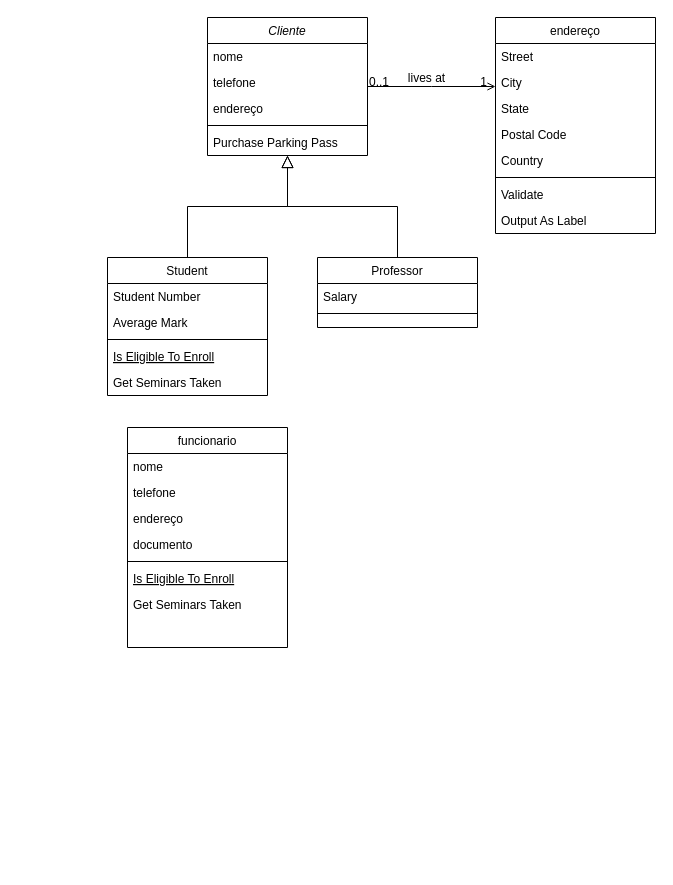
Earlier version of the draw.io diagram Diagrama sem nome.drawio (FelipeSoares01/JAVA-PROJETOS). Source tidied: cells renumbered, new cells numbered last; positions are measured from the earlier drawing's top-left corner, leaving out a move shared by most shapes. Both pictures are drawn from the tidied source at 100%, with x=0, y=0 at pixel (107, 17).
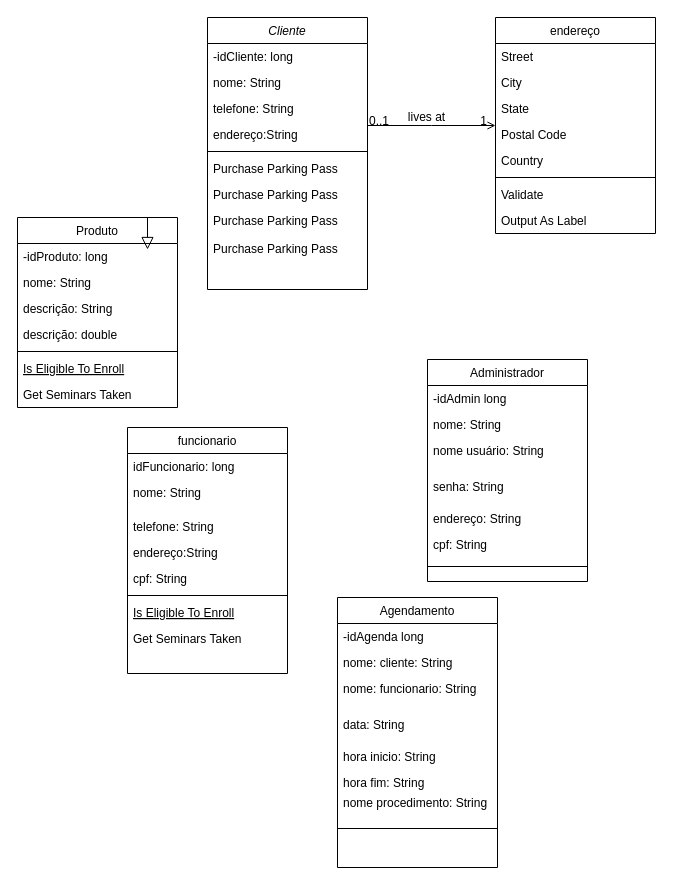
The same page after the edit.

Diff of the diagram source:
```diff
@@
     <mxCell id="2" value="Cliente" style="swimlane;fontStyle=2;align=center;verticalAlign=top;horizontal=1;startSize=26;rounded=0;shadow=0;strokeWidth=1;" parent="1" vertex="1">
-      <mxGeometry x="100" width="160" height="138" as="geometry" />
+      <mxGeometry x="100" width="160" height="272" as="geometry" />
     </mxCell>
-    <mxCell id="3" value="nome" style="text;align=left;verticalAlign=top;spacingLeft=4;spacingRight=4;overflow=hidden;" parent="2" vertex="1">
+    <mxCell id="3" value="-idCliente: long" style="text;align=left;verticalAlign=top;spacingLeft=4;spacingRight=4;overflow=hidden;" parent="2" vertex="1">
       <mxGeometry y="26" width="160" height="26" as="geometry" />
     </mxCell>
+    <mxCell id="40" value="nome: String" style="text;align=left;verticalAlign=top;spacingLeft=4;spacingRight=4;overflow=hidden;" parent="2" vertex="1">
+      <mxGeometry y="52" width="160" height="26" as="geometry" />
+    </mxCell>
-    <mxCell id="4" value="telefone" style="text;align=left;verticalAlign=top;spacingLeft=4;spacingRight=4;overflow=hidden;rounded=0;shadow=0;html=0;" parent="2" vertex="1">
-      <mxGeometry y="52" width="160" height="26" as="geometry" />
+    <mxCell id="4" value="telefone: String" style="text;align=left;verticalAlign=top;spacingLeft=4;spacingRight=4;overflow=hidden;rounded=0;shadow=0;html=0;" parent="2" vertex="1">
+      <mxGeometry y="78" width="160" height="26" as="geometry" />
     </mxCell>
-    <mxCell id="5" value="endereço" style="text;align=left;verticalAlign=top;spacingLeft=4;spacingRight=4;overflow=hidden;rounded=0;shadow=0;html=0;" parent="2" vertex="1">
-      <mxGeometry y="78" width="160" height="26" as="geometry" />
+    <mxCell id="5" value="endereço:String" style="text;align=left;verticalAlign=top;spacingLeft=4;spacingRight=4;overflow=hidden;rounded=0;shadow=0;html=0;" parent="2" vertex="1">
+      <mxGeometry y="104" width="160" height="26" as="geometry" />
     </mxCell>
     <mxCell id="6" style="line;html=1;strokeWidth=1;align=left;verticalAlign=middle;spacingTop=-1;spacingLeft=3;spacingRight=3;labelPosition=right;" parent="2" vertex="1">
-      <mxGeometry y="104" width="160" height="8" as="geometry" />
+      <mxGeometry y="130" width="160" height="8" as="geometry" />
     </mxCell>
     <mxCell id="7" value="Purchase Parking Pass" style="text;align=left;verticalAlign=top;spacingLeft=4;spacingRight=4;overflow=hidden;" parent="2" vertex="1">
-      <mxGeometry y="112" width="160" height="26" as="geometry" />
+      <mxGeometry y="138" width="160" height="26" as="geometry" />
     </mxCell>
+    <mxCell id="41" value="Purchase Parking Pass" style="text;align=left;verticalAlign=top;spacingLeft=4;spacingRight=4;overflow=hidden;" parent="2" vertex="1">
+      <mxGeometry y="164" width="160" height="26" as="geometry" />
+    </mxCell>
+    <mxCell id="42" value="Purchase Parking Pass" style="text;align=left;verticalAlign=top;spacingLeft=4;spacingRight=4;overflow=hidden;" parent="2" vertex="1">
+      <mxGeometry y="190" width="160" height="28" as="geometry" />
+    </mxCell>
+    <mxCell id="43" value="Purchase Parking Pass" style="text;align=left;verticalAlign=top;spacingLeft=4;spacingRight=4;overflow=hidden;" parent="2" vertex="1">
+      <mxGeometry y="218" width="160" height="28" as="geometry" />
+    </mxCell>
-    <mxCell id="8" value="Student" style="swimlane;fontStyle=0;align=center;verticalAlign=top;horizontal=1;startSize=26;rounded=0;shadow=0;strokeWidth=1;" parent="1" vertex="1">
-      <mxGeometry y="240" width="160" height="138" as="geometry" />
+    <mxCell id="8" value="Produto" style="swimlane;fontStyle=0;align=center;verticalAlign=top;horizontal=1;startSize=26;rounded=0;shadow=0;strokeWidth=1;" parent="1" vertex="1">
+      <mxGeometry x="-90" y="200" width="160" height="190" as="geometry" />
     </mxCell>
-    <mxCell id="9" value="Student Number" style="text;align=left;verticalAlign=top;spacingLeft=4;spacingRight=4;overflow=hidden;" parent="8" vertex="1">
+    <mxCell id="9" value="-idProduto: long" style="text;align=left;verticalAlign=top;spacingLeft=4;spacingRight=4;overflow=hidden;" parent="8" vertex="1">
       <mxGeometry y="26" width="160" height="26" as="geometry" />
     </mxCell>
-    <mxCell id="10" value="Average Mark" style="text;align=left;verticalAlign=top;spacingLeft=4;spacingRight=4;overflow=hidden;rounded=0;shadow=0;html=0;" parent="8" vertex="1">
+    <mxCell id="10" value="nome: String" style="text;align=left;verticalAlign=top;spacingLeft=4;spacingRight=4;overflow=hidden;rounded=0;shadow=0;html=0;" parent="8" vertex="1">
       <mxGeometry y="52" width="160" height="26" as="geometry" />
     </mxCell>
+    <mxCell id="44" value="descrição: String" style="text;align=left;verticalAlign=top;spacingLeft=4;spacingRight=4;overflow=hidden;rounded=0;shadow=0;html=0;" parent="8" vertex="1">
+      <mxGeometry y="78" width="160" height="26" as="geometry" />
+    </mxCell>
+    <mxCell id="45" value="descrição: double" style="text;align=left;verticalAlign=top;spacingLeft=4;spacingRight=4;overflow=hidden;rounded=0;shadow=0;html=0;" parent="8" vertex="1">
+      <mxGeometry y="104" width="160" height="26" as="geometry" />
+    </mxCell>
     <mxCell id="11" style="line;html=1;strokeWidth=1;align=left;verticalAlign=middle;spacingTop=-1;spacingLeft=3;spacingRight=3;labelPosition=right;" parent="8" vertex="1">
-      <mxGeometry y="78" width="160" height="8" as="geometry" />
+      <mxGeometry y="130" width="160" height="8" as="geometry" />
     </mxCell>
     <mxCell id="12" value="Is Eligible To Enroll" style="text;align=left;verticalAlign=top;spacingLeft=4;spacingRight=4;overflow=hidden;fontStyle=4;" parent="8" vertex="1">
-      <mxGeometry y="86" width="160" height="26" as="geometry" />
+      <mxGeometry y="138" width="160" height="26" as="geometry" />
     </mxCell>
     <mxCell id="13" value="Get Seminars Taken" style="text;align=left;verticalAlign=top;spacingLeft=4;spacingRight=4;overflow=hidden;" parent="8" vertex="1">
-      <mxGeometry y="112" width="160" height="26" as="geometry" />
+      <mxGeometry y="164" width="160" height="26" as="geometry" />
     </mxCell>
-    <mxCell id="14" style="endArrow=block;endSize=10;endFill=0;shadow=0;strokeWidth=1;rounded=0;curved=0;edgeStyle=elbowEdgeStyle;elbow=vertical;" parent="1" edge="1" source="8" target="2">
-      <mxGeometry relative="1" as="geometry" />
+    <mxCell id="14" style="endArrow=block;endSize=10;endFill=0;shadow=0;strokeWidth=1;rounded=0;curved=0;edgeStyle=elbowEdgeStyle;elbow=vertical;" parent="1" edge="1" source="8">
+      <mxGeometry relative="1" as="geometry">
+        <mxPoint x="40" y="232" as="targetPoint" />
+      </mxGeometry>
     </mxCell>
-    <mxCell id="15" value="Professor" style="swimlane;fontStyle=0;align=center;verticalAlign=top;horizontal=1;startSize=26;rounded=0;shadow=0;strokeWidth=1;" parent="1" vertex="1">
-      <mxGeometry x="210" y="240" width="160" height="70" as="geometry" />
+    <mxCell id="15" value="Administrador" style="swimlane;fontStyle=0;align=center;verticalAlign=top;horizontal=1;startSize=26;rounded=0;shadow=0;strokeWidth=1;" parent="1" vertex="1">
+      <mxGeometry x="320" y="342" width="160" height="222" as="geometry" />
     </mxCell>
-    <mxCell id="16" value="Salary" style="text;align=left;verticalAlign=top;spacingLeft=4;spacingRight=4;overflow=hidden;" parent="15" vertex="1">
+    <mxCell id="16" value="-idAdmin long&#10;" style="text;align=left;verticalAlign=top;spacingLeft=4;spacingRight=4;overflow=hidden;" parent="15" vertex="1">
       <mxGeometry y="26" width="160" height="26" as="geometry" />
     </mxCell>
+    <mxCell id="46" value="nome: String" style="text;align=left;verticalAlign=top;spacingLeft=4;spacingRight=4;overflow=hidden;" parent="15" vertex="1">
+      <mxGeometry y="52" width="160" height="26" as="geometry" />
+    </mxCell>
+    <mxCell id="47" value="nome usuário: String" style="text;align=left;verticalAlign=top;spacingLeft=4;spacingRight=4;overflow=hidden;" parent="15" vertex="1">
+      <mxGeometry y="78" width="160" height="36" as="geometry" />
+    </mxCell>
+    <mxCell id="48" value="senha: String" style="text;align=left;verticalAlign=top;spacingLeft=4;spacingRight=4;overflow=hidden;" parent="15" vertex="1">
+      <mxGeometry y="114" width="160" height="32" as="geometry" />
+    </mxCell>
+    <mxCell id="49" value="endereço: String" style="text;align=left;verticalAlign=top;spacingLeft=4;spacingRight=4;overflow=hidden;" parent="15" vertex="1">
+      <mxGeometry y="146" width="160" height="26" as="geometry" />
+    </mxCell>
+    <mxCell id="50" value="cpf: String" style="text;align=left;verticalAlign=top;spacingLeft=4;spacingRight=4;overflow=hidden;" parent="15" vertex="1">
+      <mxGeometry y="172" width="160" height="20" as="geometry" />
+    </mxCell>
     <mxCell id="17" style="line;html=1;strokeWidth=1;align=left;verticalAlign=middle;spacingTop=-1;spacingLeft=3;spacingRight=3;labelPosition=right;" parent="15" vertex="1">
-      <mxGeometry y="52" width="160" height="8" as="geometry" />
+      <mxGeometry y="192" width="160" height="30" as="geometry" />
     </mxCell>
-    <mxCell id="18" style="endArrow=block;endSize=10;endFill=0;shadow=0;strokeWidth=1;rounded=0;curved=0;edgeStyle=elbowEdgeStyle;elbow=vertical;" parent="1" edge="1" source="15" target="2">
-      <mxGeometry relative="1" as="geometry" />
-    </mxCell>
@@
     <mxCell id="32" value="funcionario" style="swimlane;fontStyle=0;align=center;verticalAlign=top;horizontal=1;startSize=26;rounded=0;shadow=0;strokeWidth=1;" parent="1" vertex="1">
-      <mxGeometry x="20" y="410" width="160" height="220" as="geometry" />
+      <mxGeometry x="20" y="410" width="160" height="246" as="geometry" />
     </mxCell>
-    <mxCell id="33" value="nome" style="text;align=left;verticalAlign=top;spacingLeft=4;spacingRight=4;overflow=hidden;" parent="32" vertex="1">
+    <mxCell id="33" value="idFuncionario: long" style="text;align=left;verticalAlign=top;spacingLeft=4;spacingRight=4;overflow=hidden;" parent="32" vertex="1">
       <mxGeometry y="26" width="160" height="26" as="geometry" />
     </mxCell>
+    <mxCell id="51" value="nome: String" style="text;align=left;verticalAlign=top;spacingLeft=4;spacingRight=4;overflow=hidden;" parent="32" vertex="1">
+      <mxGeometry y="52" width="160" height="34" as="geometry" />
+    </mxCell>
-    <mxCell id="34" value="telefone&#10;" style="text;align=left;verticalAlign=top;spacingLeft=4;spacingRight=4;overflow=hidden;rounded=0;shadow=0;html=0;" parent="32" vertex="1">
-      <mxGeometry y="52" width="160" height="26" as="geometry" />
+    <mxCell id="34" value="telefone: String&#10;" style="text;align=left;verticalAlign=top;spacingLeft=4;spacingRight=4;overflow=hidden;rounded=0;shadow=0;html=0;" parent="32" vertex="1">
+      <mxGeometry y="86" width="160" height="26" as="geometry" />
     </mxCell>
-    <mxCell id="35" value="endereço" style="text;align=left;verticalAlign=top;spacingLeft=4;spacingRight=4;overflow=hidden;rounded=0;shadow=0;html=0;" parent="32" vertex="1">
-      <mxGeometry y="78" width="160" height="26" as="geometry" />
+    <mxCell id="35" value="endereço:String" style="text;align=left;verticalAlign=top;spacingLeft=4;spacingRight=4;overflow=hidden;rounded=0;shadow=0;html=0;" parent="32" vertex="1">
+      <mxGeometry y="112" width="160" height="26" as="geometry" />
     </mxCell>
-    <mxCell id="36" value="documento" style="text;align=left;verticalAlign=top;spacingLeft=4;spacingRight=4;overflow=hidden;rounded=0;shadow=0;html=0;" parent="32" vertex="1">
-      <mxGeometry y="104" width="160" height="26" as="geometry" />
+    <mxCell id="36" value="cpf: String" style="text;align=left;verticalAlign=top;spacingLeft=4;spacingRight=4;overflow=hidden;rounded=0;shadow=0;html=0;" parent="32" vertex="1">
+      <mxGeometry y="138" width="160" height="26" as="geometry" />
     </mxCell>
     <mxCell id="37" style="line;html=1;strokeWidth=1;align=left;verticalAlign=middle;spacingTop=-1;spacingLeft=3;spacingRight=3;labelPosition=right;" parent="32" vertex="1">
-      <mxGeometry y="130" width="160" height="8" as="geometry" />
+      <mxGeometry y="164" width="160" height="8" as="geometry" />
     </mxCell>
     <mxCell id="38" value="Is Eligible To Enroll" style="text;align=left;verticalAlign=top;spacingLeft=4;spacingRight=4;overflow=hidden;fontStyle=4;" parent="32" vertex="1">
-      <mxGeometry y="138" width="160" height="26" as="geometry" />
+      <mxGeometry y="172" width="160" height="26" as="geometry" />
     </mxCell>
     <mxCell id="39" value="Get Seminars Taken" style="text;align=left;verticalAlign=top;spacingLeft=4;spacingRight=4;overflow=hidden;" parent="32" vertex="1">
-      <mxGeometry y="164" width="160" height="42" as="geometry" />
+      <mxGeometry y="198" width="160" height="42" as="geometry" />
     </mxCell>
+    <mxCell id="52" value="Agendamento" style="swimlane;fontStyle=0;align=center;verticalAlign=top;horizontal=1;startSize=26;rounded=0;shadow=0;strokeWidth=1;" parent="1" vertex="1">
+      <mxGeometry x="230" y="580" width="160" height="270" as="geometry" />
+    </mxCell>
+    <mxCell id="53" value="-idAgenda long&#10;" style="text;align=left;verticalAlign=top;spacingLeft=4;spacingRight=4;overflow=hidden;" parent="52" vertex="1">
+      <mxGeometry y="26" width="160" height="26" as="geometry" />
+    </mxCell>
+    <mxCell id="54" value="nome: cliente: String" style="text;align=left;verticalAlign=top;spacingLeft=4;spacingRight=4;overflow=hidden;" parent="52" vertex="1">
+      <mxGeometry y="52" width="160" height="26" as="geometry" />
+    </mxCell>
+    <mxCell id="55" value="nome: funcionario: String" style="text;align=left;verticalAlign=top;spacingLeft=4;spacingRight=4;overflow=hidden;" parent="52" vertex="1">
+      <mxGeometry y="78" width="160" height="36" as="geometry" />
+    </mxCell>
+    <mxCell id="56" value="data: String" style="text;align=left;verticalAlign=top;spacingLeft=4;spacingRight=4;overflow=hidden;" parent="52" vertex="1">
+      <mxGeometry y="114" width="160" height="32" as="geometry" />
+    </mxCell>
+    <mxCell id="57" value="hora inicio: String" style="text;align=left;verticalAlign=top;spacingLeft=4;spacingRight=4;overflow=hidden;" parent="52" vertex="1">
+      <mxGeometry y="146" width="160" height="26" as="geometry" />
+    </mxCell>
+    <mxCell id="58" value="hora fim: String" style="text;align=left;verticalAlign=top;spacingLeft=4;spacingRight=4;overflow=hidden;" parent="52" vertex="1">
+      <mxGeometry y="172" width="160" height="20" as="geometry" />
+    </mxCell>
+    <mxCell id="59" value="nome procedimento: String" style="text;align=left;verticalAlign=top;spacingLeft=4;spacingRight=4;overflow=hidden;" parent="52" vertex="1">
+      <mxGeometry y="192" width="160" height="24" as="geometry" />
+    </mxCell>
+    <mxCell id="60" style="line;html=1;strokeWidth=1;align=left;verticalAlign=middle;spacingTop=-1;spacingLeft=3;spacingRight=3;labelPosition=right;" parent="52" vertex="1">
+      <mxGeometry y="216" width="160" height="30" as="geometry" />
+    </mxCell>
```
